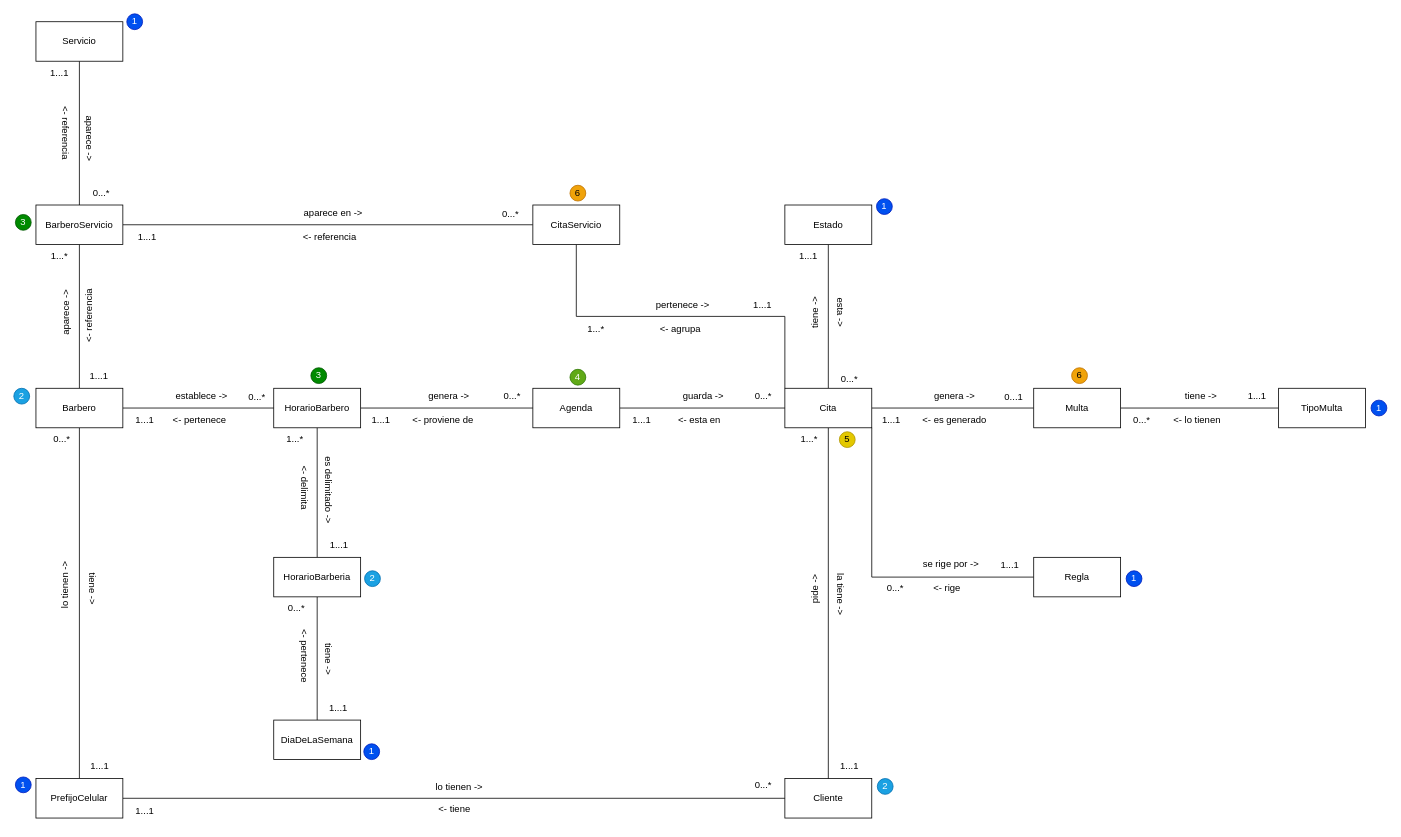
This is Modelo de Dominio 2.drawio from Leandro-Gomez-12345/Proyecto-extra-clase-DOO, a draw.io file, before an edit. Source tidied: cells renumbered, new cells numbered last; positions are measured from the earlier drawing's top-left corner, leaving out a move shared by most shapes. Both pictures are drawn from the tidied source at 79%, with x=0, y=0 at pixel (13, 13).
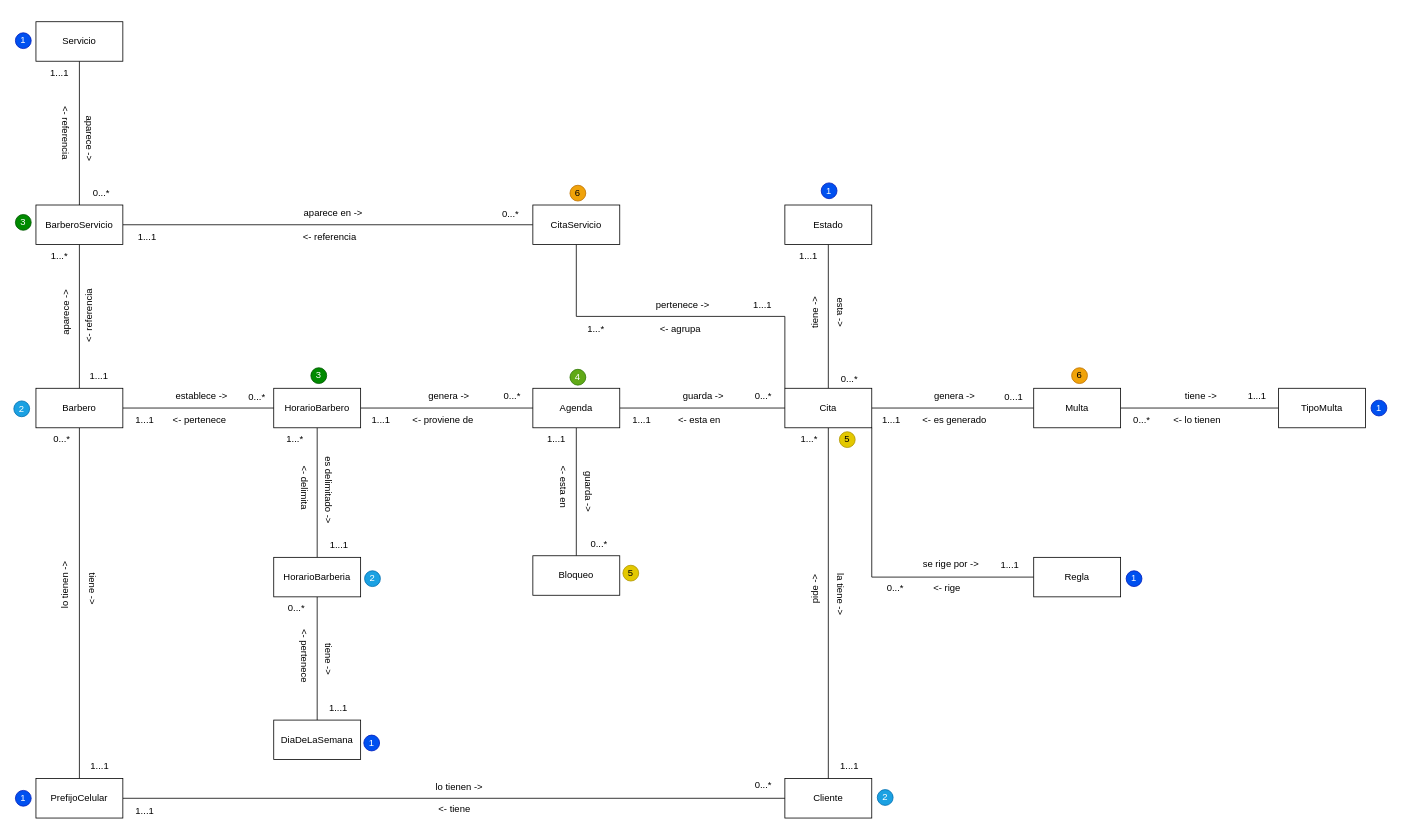
The same diagram, later.

Commit message:
Se añadio un nuevo objeto de dominio llamado bloqueo

Unchanged cells that the change refers to:
```xml
<mxCell id="10" value="Agenda" style="rounded=0;whiteSpace=wrap;html=1;" parent="1" vertex="1">
  <mxGeometry x="657" y="474" width="110" height="50" as="geometry" />
</mxCell>
```

The edit, as a diff of the source:
```diff
@@
+    <mxCell id="112" style="edgeStyle=orthogonalEdgeStyle;rounded=0;jettySize=auto;html=1;endArrow=none;endFill=0;" parent="1" edge="1" source="10" target="113">
+      <mxGeometry relative="1" as="geometry" />
+    </mxCell>
@@
     <mxCell id="88" value="1" style="ellipse;whiteSpace=wrap;html=1;fillColor=#0050ef;fontColor=#ffffff;strokeColor=#001DBC;" parent="1" vertex="1">
-      <mxGeometry x="2" y="966" width="20" height="20" as="geometry" />
+      <mxGeometry x="2" y="983" width="20" height="20" as="geometry" />
     </mxCell>
     <mxCell id="89" value="1" style="ellipse;whiteSpace=wrap;html=1;fillColor=#0050ef;fontColor=#ffffff;strokeColor=#001DBC;" parent="1" vertex="1">
-      <mxGeometry x="1092" y="234" width="20" height="20" as="geometry" />
+      <mxGeometry x="1022" y="214" width="20" height="20" as="geometry" />
     </mxCell>
     <mxCell id="90" value="1" style="ellipse;whiteSpace=wrap;html=1;fillColor=#0050ef;fontColor=#ffffff;strokeColor=#001DBC;" parent="1" vertex="1">
-      <mxGeometry x="143" width="20" height="20" as="geometry" />
+      <mxGeometry x="2" y="24" width="20" height="20" as="geometry" />
     </mxCell>
     <mxCell id="91" value="1" style="ellipse;whiteSpace=wrap;html=1;fillColor=#0050ef;fontColor=#ffffff;strokeColor=#001DBC;" parent="1" vertex="1">
-      <mxGeometry x="443" y="924" width="20" height="20" as="geometry" />
+      <mxGeometry x="443" y="913" width="20" height="20" as="geometry" />
     </mxCell>
@@
     <mxCell id="93" value="2" style="ellipse;whiteSpace=wrap;html=1;fillColor=#1ba1e2;fontColor=#ffffff;strokeColor=#006EAF;" parent="1" vertex="1">
-      <mxGeometry y="474" width="20" height="20" as="geometry" />
+      <mxGeometry y="490" width="20" height="20" as="geometry" />
     </mxCell>
     <mxCell id="94" value="2" style="ellipse;whiteSpace=wrap;html=1;fillColor=#1ba1e2;fontColor=#ffffff;strokeColor=#006EAF;" parent="1" vertex="1">
-      <mxGeometry x="1093" y="968" width="20" height="20" as="geometry" />
+      <mxGeometry x="1093" y="982" width="20" height="20" as="geometry" />
     </mxCell>
@@
+    <mxCell id="113" value="Bloqueo" style="rounded=0;whiteSpace=wrap;html=1;" parent="1" vertex="1">
+      <mxGeometry x="657" y="686" width="110" height="50" as="geometry" />
+    </mxCell>
+    <mxCell id="114" value="guarda -&amp;gt;" style="text;html=1;whiteSpace=wrap;strokeColor=none;fillColor=none;align=center;verticalAlign=middle;rounded=0;rotation=90;" parent="1" vertex="1">
+      <mxGeometry x="682" y="590" width="90" height="30" as="geometry" />
+    </mxCell>
+    <mxCell id="115" value="0...*" style="text;html=1;whiteSpace=wrap;strokeColor=none;fillColor=none;align=center;verticalAlign=middle;rounded=0;" parent="1" vertex="1">
+      <mxGeometry x="711" y="656" width="60" height="30" as="geometry" />
+    </mxCell>
+    <mxCell id="116" value="&amp;lt;- esta en" style="text;html=1;whiteSpace=wrap;strokeColor=none;fillColor=none;align=center;verticalAlign=middle;rounded=0;rotation=90;" parent="1" vertex="1">
+      <mxGeometry x="659" y="584" width="74" height="30" as="geometry" />
+    </mxCell>
+    <mxCell id="117" value="1...1" style="text;html=1;whiteSpace=wrap;strokeColor=none;fillColor=none;align=center;verticalAlign=middle;rounded=0;" parent="1" vertex="1">
+      <mxGeometry x="657" y="524" width="60" height="30" as="geometry" />
+    </mxCell>
+    <mxCell id="118" value="5" style="ellipse;whiteSpace=wrap;html=1;fillColor=#e3c800;fontColor=#000000;strokeColor=#B09500;" parent="1" vertex="1">
+      <mxGeometry x="771" y="698" width="20" height="20" as="geometry" />
+    </mxCell>
```
